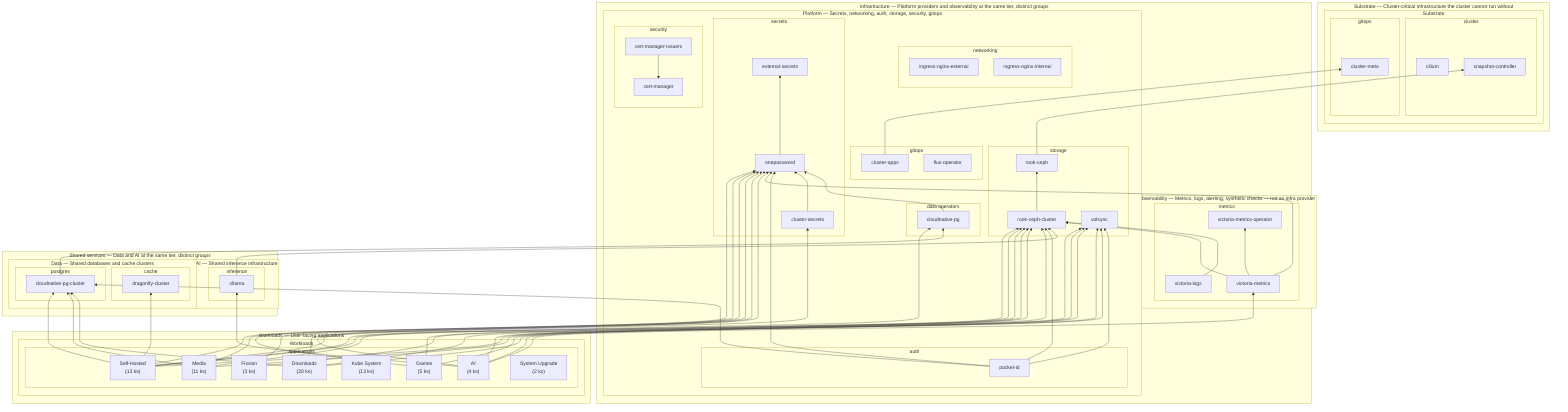
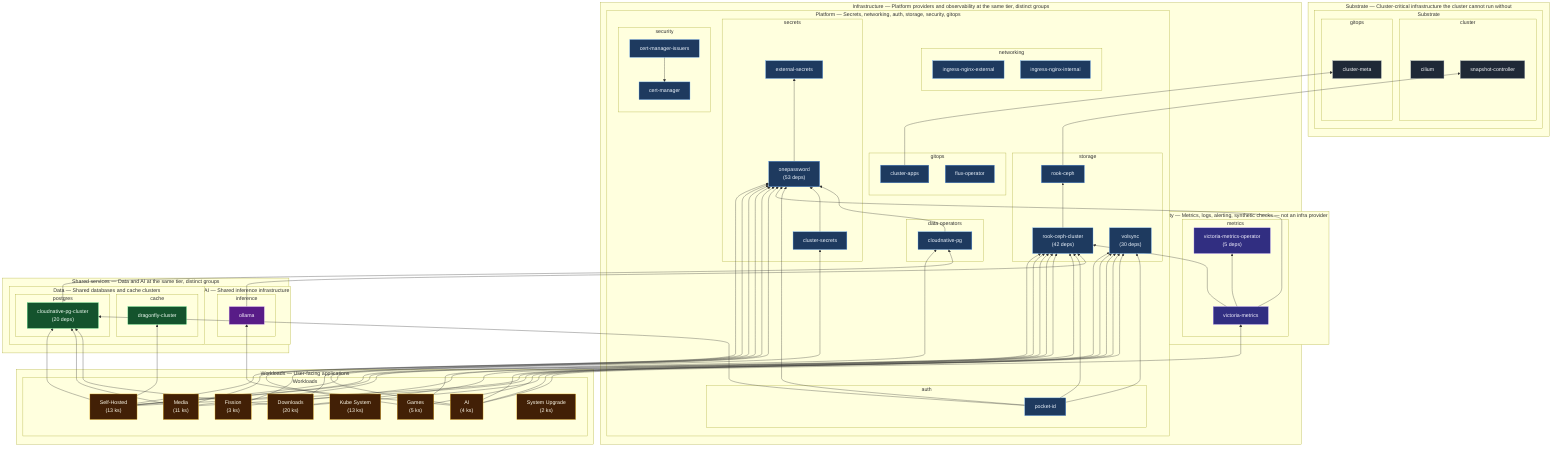
flowchart BT

-   subgraph vt_0["Substrate — Cluster-critical infrastructure the cluster cannot run without"]
+   %% Deploy-order edges from Flux Kustomization.spec.dependsOn
+ 
+   subgraph vt0["Substrate — Cluster-critical infrastructure the cluster cannot run without"]
    subgraph g_substrate["Substrate"]
      subgraph p_substrate_substrate_cluster["cluster"]
        cilium["cilium"]
+         class cilium substrate
        snapshot_controller["snapshot-controller"]
+         class snapshot_controller substrate
      end
      subgraph p_substrate_substrate_gitops["gitops"]
        cluster_meta["cluster-meta"]
+         class cluster_meta substrate
      end
    end
  end

-   subgraph vt_1["Infrastructure — Platform providers and observability at the same tier, distinct groups"]
+   subgraph vt1["Infrastructure — Platform providers and observability at the same tier, distinct groups"]
    subgraph g_platform["Platform — Secrets, networking, auth, storage, security, gitops"]
      subgraph p_platform_platform_auth["auth"]
        pocket_id["pocket-id"]
+         class pocket_id platform
      end
      subgraph p_platform_platform_data_operators["data operators"]
        cloudnative_pg["cloudnative-pg"]
+         class cloudnative_pg platform
      end
      subgraph p_platform_platform_gitops["gitops"]
        cluster_apps["cluster-apps"]
+         class cluster_apps platform
        flux_operator["flux-operator"]
+         class flux_operator platform
      end
      subgraph p_platform_platform_networking["networking"]
        ingress_nginx_external["ingress-nginx-external"]
+         class ingress_nginx_external platform
        ingress_nginx_internal["ingress-nginx-internal"]
+         class ingress_nginx_internal platform
      end
      subgraph p_platform_platform_secrets["secrets"]
        cluster_secrets["cluster-secrets"]
+         class cluster_secrets platform
        external_secrets["external-secrets"]
-         onepassword["onepassword"]
+         class external_secrets platform
+         onepassword["onepassword<br/>(53 deps)"]
+         class onepassword platform
      end
      subgraph p_platform_platform_security["security"]
        cert_manager["cert-manager"]
+         class cert_manager platform
        cert_manager_issuers["cert-manager-issuers"]
+         class cert_manager_issuers platform
      end
      subgraph p_platform_platform_storage["storage"]
        rook_ceph["rook-ceph"]
-         rook_ceph_cluster["rook-ceph-cluster"]
-         volsync["volsync"]
+         class rook_ceph platform
+         rook_ceph_cluster["rook-ceph-cluster<br/>(42 deps)"]
+         class rook_ceph_cluster platform
+         volsync["volsync<br/>(30 deps)"]
+         class volsync platform
      end
    end
    subgraph g_observability["Observability — Metrics, logs, alerting, synthetic checks — not an infra provider"]
      subgraph p_observability_observability_metrics["metrics"]
-         victoria_logs["victoria-logs"]
        victoria_metrics["victoria-metrics"]
-         victoria_metrics_operator["victoria-metrics-operator"]
+         class victoria_metrics observability
+         victoria_metrics_operator["victoria-metrics-operator<br/>(5 deps)"]
+         class victoria_metrics_operator observability
      end
    end
  end

-   subgraph vt_2["Shared services — Data and AI at the same tier, distinct groups"]
+   subgraph vt2["Shared services — Data and AI at the same tier, distinct groups"]
    subgraph g_data["Data — Shared databases and cache clusters"]
      subgraph p_data_data_cache["cache"]
        dragonfly_cluster["dragonfly-cluster"]
+         class dragonfly_cluster data
      end
      subgraph p_data_data_postgres["postgres"]
-         cloudnative_pg_cluster["cloudnative-pg-cluster"]
+         cloudnative_pg_cluster["cloudnative-pg-cluster<br/>(20 deps)"]
+         class cloudnative_pg_cluster data
      end
    end
    subgraph g_ai["AI — Shared inference infrastructure"]
      subgraph p_ai_ai_inference["inference"]
        ollama["ollama"]
+         class ollama ai
      end
    end
  end

-   subgraph vt_3["Workloads — User-facing applications"]
+   subgraph vt3["Workloads — User-facing applications"]
    subgraph g_workloads["Workloads"]
-       subgraph p_workloads_workloads["applications"]
-         workloads_ai["AI<br/>(4 ks)"]
-         workloads_downloads["Downloads<br/>(20 ks)"]
-         workloads_fission["Fission<br/>(3 ks)"]
-         workloads_games["Games<br/>(5 ks)"]
-         workloads_kube_system["Kube System<br/>(13 ks)"]
-         workloads_media["Media<br/>(11 ks)"]
-         workloads_self_hosted["Self-Hosted<br/>(13 ks)"]
-         workloads_system_upgrade["System Upgrade<br/>(2 ks)"]
-       end
+       wl_ai["AI<br/>(4 ks)"]
+       class wl_ai workloads
+       wl_downloads["Downloads<br/>(20 ks)"]
+       class wl_downloads workloads
+       wl_fission["Fission<br/>(3 ks)"]
+       class wl_fission workloads
+       wl_games["Games<br/>(5 ks)"]
+       class wl_games workloads
+       wl_kube_system["Kube System<br/>(13 ks)"]
+       class wl_kube_system workloads
+       wl_media["Media<br/>(11 ks)"]
+       class wl_media workloads
+       wl_self_hosted["Self-Hosted<br/>(13 ks)"]
+       class wl_self_hosted workloads
+       wl_system_upgrade["System Upgrade<br/>(2 ks)"]
+       class wl_system_upgrade workloads
    end
  end

+   %% dependsOn edges (dependent --> dependency)
  cert_manager_issuers --> cert_manager
  cloudnative_pg --> onepassword
  cloudnative_pg_cluster --> cloudnative_pg
  cluster_apps --> cluster_meta
  cluster_secrets --> onepassword
  ollama --> rook_ceph_cluster
  onepassword --> external_secrets
  pocket_id --> cloudnative_pg_cluster
  pocket_id --> onepassword
  pocket_id --> rook_ceph_cluster
  pocket_id --> volsync
  rook_ceph --> snapshot_controller
  rook_ceph_cluster --> rook_ceph
-   victoria_logs --> rook_ceph_cluster
  victoria_metrics --> onepassword
  victoria_metrics --> rook_ceph_cluster
  victoria_metrics --> victoria_metrics_operator
-   workloads_ai --> ollama
-   workloads_ai --> onepassword
-   workloads_ai --> rook_ceph_cluster
-   workloads_ai --> victoria_metrics
-   workloads_ai --> volsync
-   workloads_downloads --> cloudnative_pg_cluster
-   workloads_downloads --> onepassword
-   workloads_downloads --> rook_ceph_cluster
-   workloads_downloads --> volsync
-   workloads_fission --> onepassword
-   workloads_fission --> rook_ceph_cluster
-   workloads_games --> onepassword
-   workloads_games --> rook_ceph_cluster
-   workloads_games --> volsync
-   workloads_media --> cloudnative_pg_cluster
-   workloads_media --> onepassword
-   workloads_media --> rook_ceph_cluster
-   workloads_media --> volsync
-   workloads_self_hosted --> cloudnative_pg
-   workloads_self_hosted --> cloudnative_pg_cluster
-   workloads_self_hosted --> cluster_secrets
-   workloads_self_hosted --> dragonfly_cluster
-   workloads_self_hosted --> onepassword
-   workloads_self_hosted --> rook_ceph_cluster
-   workloads_self_hosted --> volsync
+   wl_ai --> ollama
+   wl_ai --> onepassword
+   wl_ai --> rook_ceph_cluster
+   wl_ai --> victoria_metrics
+   wl_ai --> volsync
+   wl_downloads --> cloudnative_pg_cluster
+   wl_downloads --> onepassword
+   wl_downloads --> rook_ceph_cluster
+   wl_downloads --> volsync
+   wl_fission --> onepassword
+   wl_fission --> rook_ceph_cluster
+   wl_games --> onepassword
+   wl_games --> rook_ceph_cluster
+   wl_games --> volsync
+   wl_media --> cloudnative_pg_cluster
+   wl_media --> onepassword
+   wl_media --> rook_ceph_cluster
+   wl_media --> volsync
+   wl_self_hosted --> cloudnative_pg
+   wl_self_hosted --> cloudnative_pg_cluster
+   wl_self_hosted --> cluster_secrets
+   wl_self_hosted --> dragonfly_cluster
+   wl_self_hosted --> onepassword
+   wl_self_hosted --> rook_ceph_cluster
+   wl_self_hosted --> volsync
+ 
+   %% group styling
+   classDef substrate fill:#1f2937,stroke:#9ca3af,color:#f9fafb
+   classDef platform fill:#1e3a5f,stroke:#60a5fa,color:#eff6ff
+   classDef observability fill:#312e81,stroke:#a78bfa,color:#f5f3ff
+   classDef data fill:#14532d,stroke:#4ade80,color:#f0fdf4
+   classDef ai fill:#581c87,stroke:#d8b4fe,color:#faf5ff
+   classDef workloads fill:#422006,stroke:#fbbf24,color:#fffbeb
